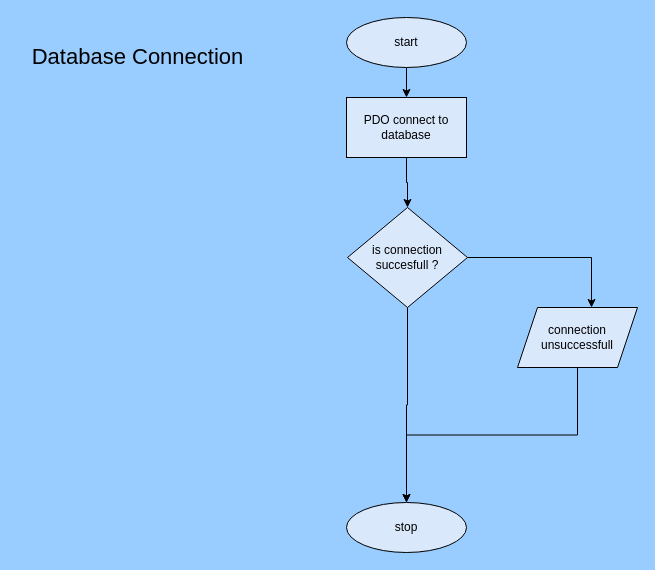
The draw.io diagram page "database connection" (2 of 7) of Assignments/To Do list/website_design_flowchart.drawio in alexbaxter07/college, before the edit. Source tidied: cells renumbered, new cells numbered last; positions are measured from the earlier drawing's top-left corner, leaving out a move shared by most shapes. Both pictures are drawn from the tidied source at 100%, with x=0, y=0 at pixel (17, 17).
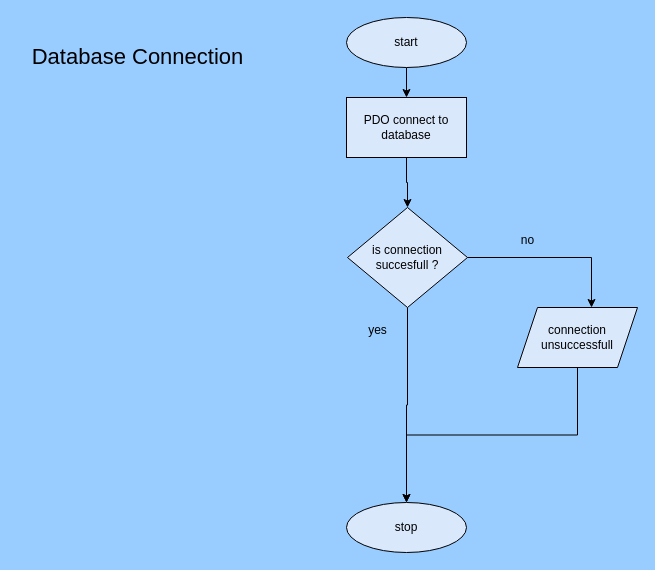
The same page after the edit.

Diff of the diagram source:
```diff
@@
 <mxGraphModel background="#99CCFF">
   <root>
     <mxCell id="0" />
     <mxCell id="1" parent="0" />
     <mxCell id="2" style="edgeStyle=orthogonalEdgeStyle;rounded=0;jettySize=auto;html=1;strokeColor=#000000;" parent="1" edge="1" source="3" target="6">
       <mxGeometry relative="1" as="geometry" />
     </mxCell>
     <mxCell id="3" value="start" style="ellipse;whiteSpace=wrap;html=1;fillColor=#dae8fc;strokeColor=#000000;" parent="1" vertex="1">
       <mxGeometry x="329" width="120" height="50" as="geometry" />
     </mxCell>
     <mxCell id="4" value="&lt;font style=&quot;font-size: 22px;&quot;&gt;Database Connection&lt;/font&gt;" style="text;html=1;align=center;verticalAlign=middle;strokeColor=none;fillColor=none;" parent="1" vertex="1">
       <mxGeometry y="20" width="240" height="40" as="geometry" />
     </mxCell>
     <mxCell id="5" style="edgeStyle=orthogonalEdgeStyle;rounded=0;jettySize=auto;html=1;strokeColor=#000000;" parent="1" edge="1" source="6" target="8">
       <mxGeometry relative="1" as="geometry" />
     </mxCell>
     <mxCell id="6" value="PDO connect to database " style="rounded=0;whiteSpace=wrap;html=1;fillColor=#dae8fc;strokeColor=#000000;" parent="1" vertex="1">
       <mxGeometry x="329" y="80" width="120" height="60" as="geometry" />
     </mxCell>
     <mxCell id="7" style="edgeStyle=orthogonalEdgeStyle;rounded=0;jettySize=auto;html=1;exitX=0.5;exitY=1;exitDx=0;exitDy=0;entryX=0.5;entryY=0;entryDx=0;entryDy=0;fillColor=#dae8fc;strokeColor=#000000;" parent="1" edge="1" source="8" target="12">
       <mxGeometry relative="1" as="geometry" />
     </mxCell>
     <mxCell id="8" value="is connection succesfull ?" style="rhombus;whiteSpace=wrap;html=1;fillColor=#dae8fc;strokeColor=#000000;" parent="1" vertex="1">
       <mxGeometry x="330" y="190" width="120" height="100" as="geometry" />
     </mxCell>
     <mxCell id="9" style="edgeStyle=orthogonalEdgeStyle;rounded=0;jettySize=auto;html=1;exitX=0.5;exitY=1;exitDx=0;exitDy=0;fillColor=#dae8fc;strokeColor=#000000;" parent="1" edge="1" source="10" target="12">
       <mxGeometry relative="1" as="geometry" />
     </mxCell>
     <mxCell id="10" value="connection unsuccessfull" style="shape=parallelogram;perimeter=parallelogramPerimeter;whiteSpace=wrap;html=1;fixedSize=1;fillColor=#dae8fc;strokeColor=#000000;" parent="1" vertex="1">
       <mxGeometry x="500" y="290" width="120" height="60" as="geometry" />
     </mxCell>
     <mxCell id="11" style="edgeStyle=orthogonalEdgeStyle;rounded=0;jettySize=auto;html=1;exitX=1;exitY=0.5;exitDx=0;exitDy=0;entryX=0.617;entryY=0;entryDx=0;entryDy=0;entryPerimeter=0;fillColor=#dae8fc;strokeColor=#000000;" parent="1" edge="1" source="8" target="10">
       <mxGeometry relative="1" as="geometry" />
     </mxCell>
     <mxCell id="12" value="stop" style="ellipse;whiteSpace=wrap;html=1;fillColor=#dae8fc;strokeColor=#000000;" parent="1" vertex="1">
       <mxGeometry x="329" y="485" width="120" height="50" as="geometry" />
     </mxCell>
+    <mxCell id="13" value="yes" style="text;html=1;align=center;verticalAlign=middle;strokeColor=none;fillColor=none;" parent="1" vertex="1">
+      <mxGeometry x="340" y="298" width="40" height="30" as="geometry" />
+    </mxCell>
+    <mxCell id="14" value="no" style="text;html=1;align=center;verticalAlign=middle;strokeColor=none;fillColor=none;" parent="1" vertex="1">
+      <mxGeometry x="490" y="208" width="40" height="30" as="geometry" />
+    </mxCell>
   </root>
 </mxGraphModel>
```
